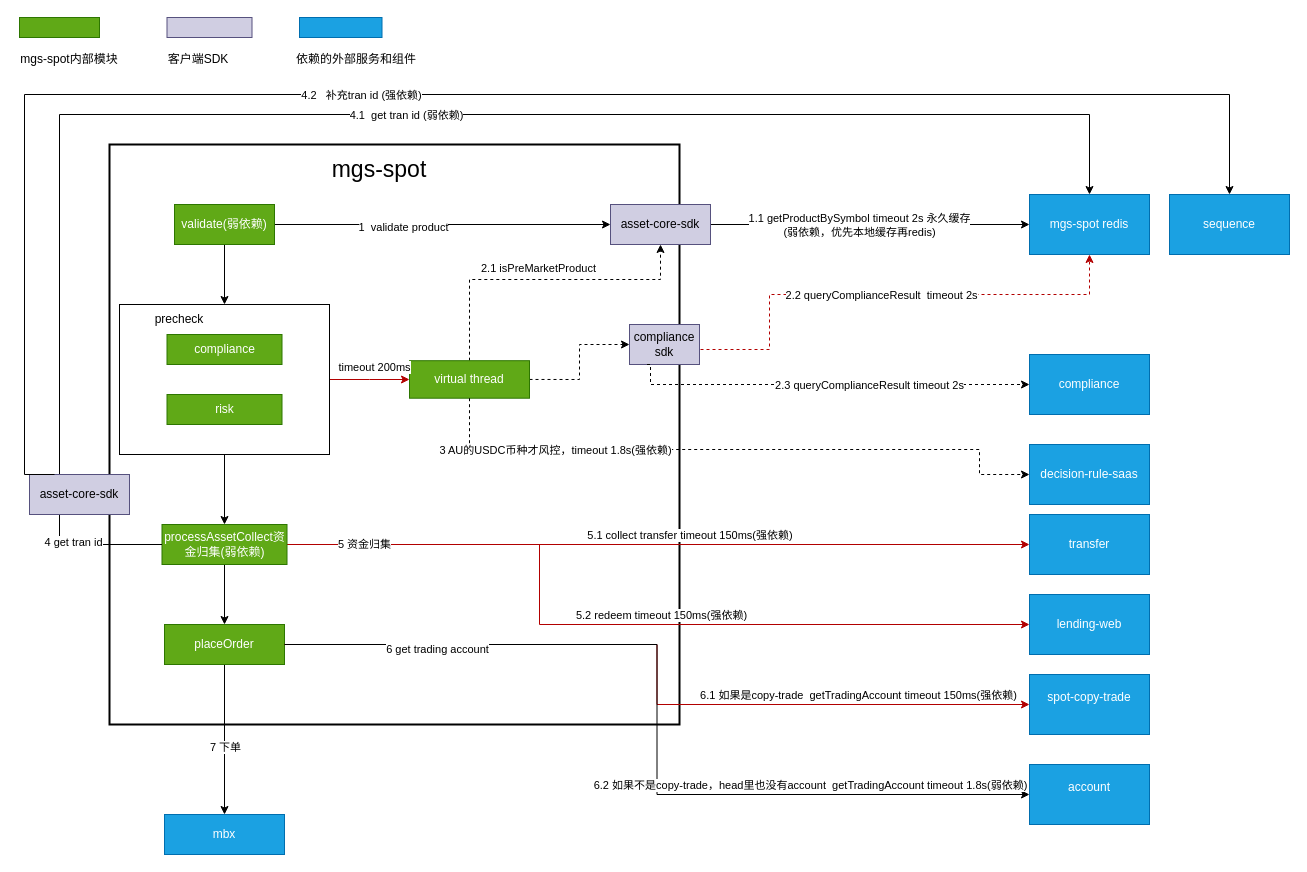
jackjoesh/databend keeps this draw.io diagram as doc/mgs-spot.drawio. Above is the earlier version. Source tidied: cells renumbered, new cells numbered last; positions are measured from the earlier drawing's top-left corner, leaving out a move shared by most shapes. Both pictures are drawn from the tidied source at 100%, with x=0, y=0 at pixel (19, 17).
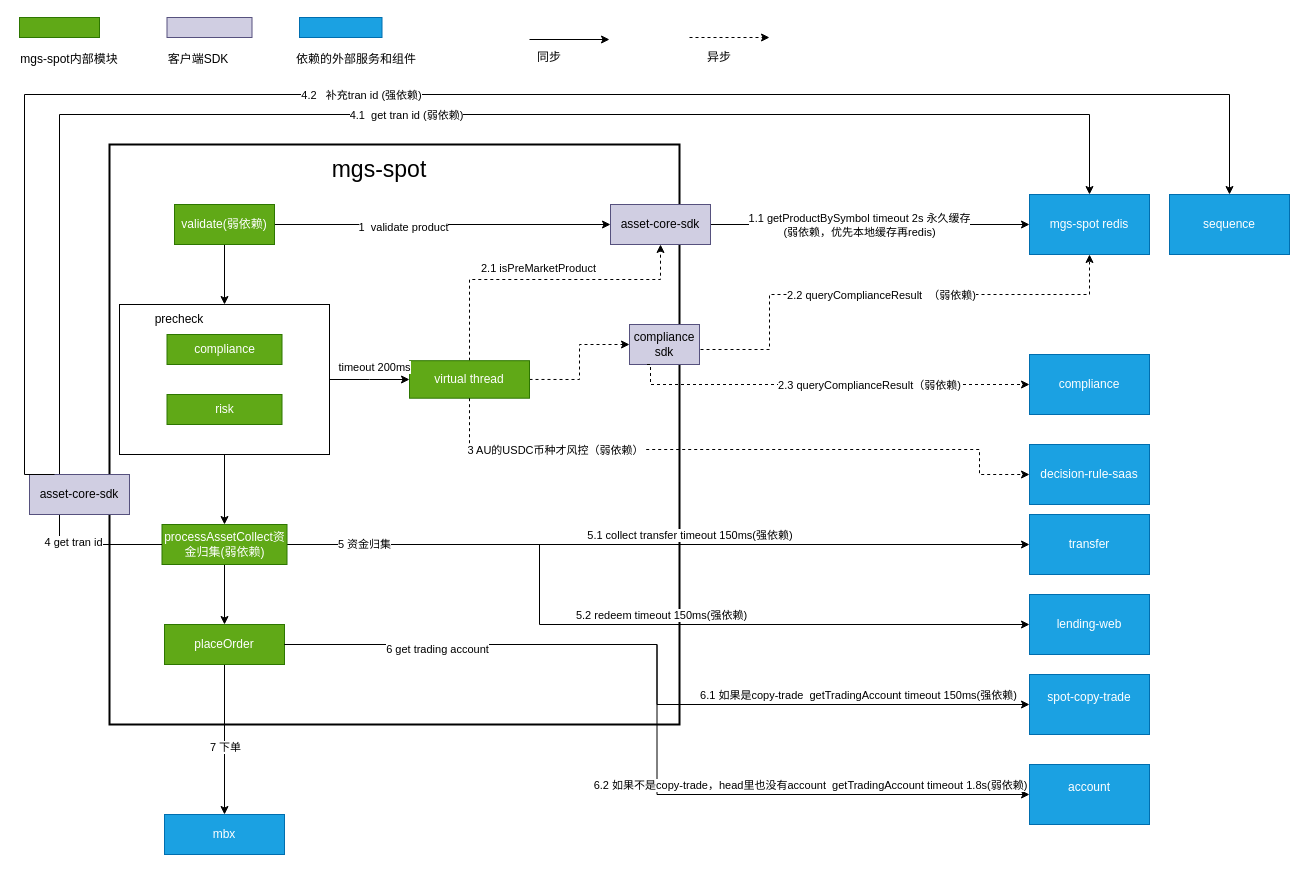
The same page after the edit.

The change refers to these unchanged cells:
```xml
<mxCell id="12" style="rounded=0;whiteSpace=wrap;html=1;" parent="1" vertex="1">
  <mxGeometry x="100" y="287" width="210" height="150" as="geometry" />
</mxCell>
<mxCell id="16" value="processAssetCollect资金归集(弱依赖)" style="rounded=0;whiteSpace=wrap;html=1;fillColor=#60a917;fontColor=#ffffff;strokeColor=#2D7600;" parent="1" vertex="1">
  <mxGeometry x="142.5" y="507" width="125" height="40" as="geometry" />
</mxCell>
<mxCell id="19" value="placeOrder" style="rounded=0;whiteSpace=wrap;html=1;fillColor=#60a917;fontColor=#ffffff;strokeColor=#2D7600;" parent="1" vertex="1">
  <mxGeometry x="145" y="607" width="120" height="40" as="geometry" />
</mxCell>
<mxCell id="21" value="mgs-spot redis" style="rounded=0;whiteSpace=wrap;html=1;fillColor=#1ba1e2;fontColor=#ffffff;strokeColor=#006EAF;" parent="1" vertex="1">
  <mxGeometry x="1010" y="177" width="120" height="60" as="geometry" />
</mxCell>
<mxCell id="28" value="virtual thread" style="rounded=0;whiteSpace=wrap;html=1;fillColor=#60a917;fontColor=#ffffff;strokeColor=#2D7600;" parent="1" vertex="1">
  <mxGeometry x="390" y="343.2" width="120" height="37.5" as="geometry" />
</mxCell>
<mxCell id="32" value="compliance sdk" style="rounded=0;whiteSpace=wrap;html=1;fillColor=#d0cee2;strokeColor=#56517e;" parent="1" vertex="1">
  <mxGeometry x="610" y="307" width="70" height="40" as="geometry" />
</mxCell>
<mxCell id="33" style="edgeStyle=orthogonalEdgeStyle;rounded=0;jettySize=auto;html=1;exitX=0.5;exitY=1;exitDx=0;exitDy=0;entryX=0;entryY=0.5;entryDx=0;entryDy=0;dashed=1;" parent="1" edge="1" source="28" target="35">
  <mxGeometry relative="1" as="geometry">
    <Array as="points">
      <mxPoint x="450" y="432" />
      <mxPoint x="960" y="432" />
      <mxPoint x="960" y="457" />
    </Array>
  </mxGeometry>
</mxCell>
<mxCell id="36" value="transfer" style="rounded=0;whiteSpace=wrap;html=1;fillColor=#1ba1e2;fontColor=#ffffff;strokeColor=#006EAF;" parent="1" vertex="1">
  <mxGeometry x="1010" y="497" width="120" height="60" as="geometry" />
</mxCell>
<mxCell id="46" value="&lt;div&gt;spot-copy-trade&lt;/div&gt;&lt;div&gt;&lt;br&gt;&lt;/div&gt;" style="rounded=0;whiteSpace=wrap;html=1;fillColor=#1ba1e2;fontColor=#ffffff;strokeColor=#006EAF;" parent="1" vertex="1">
  <mxGeometry x="1010" y="657" width="120" height="60" as="geometry" />
</mxCell>
<mxCell id="55" style="endArrow=classic;html=1;rounded=0;edgeStyle=orthogonalEdgeStyle;exitX=0.25;exitY=1;exitDx=0;exitDy=0;dashed=1;" parent="1" edge="1" source="32">
  <mxGeometry relative="1" as="geometry">
    <mxPoint x="1010" y="367" as="targetPoint" />
    <Array as="points">
      <mxPoint x="631" y="347" />
      <mxPoint x="631" y="367" />
    </Array>
  </mxGeometry>
</mxCell>
```

Change to the diagram source:
```diff
@@
-    <mxCell id="11" style="edgeStyle=orthogonalEdgeStyle;rounded=0;jettySize=auto;html=1;exitX=1;exitY=0.5;exitDx=0;exitDy=0;fillColor=#e51400;strokeColor=#B20000;" parent="1" edge="1" source="12" target="28">
+    <mxCell id="11" style="edgeStyle=orthogonalEdgeStyle;rounded=0;jettySize=auto;html=1;exitX=1;exitY=0.5;exitDx=0;exitDy=0;fillColor=#e51400;strokeColor=#000000;" parent="1" edge="1" source="12" target="28">
       <mxGeometry relative="1" as="geometry" />
     </mxCell>
@@
-    <mxCell id="14" style="edgeStyle=orthogonalEdgeStyle;rounded=0;jettySize=auto;html=1;exitX=1;exitY=0.5;exitDx=0;exitDy=0;entryX=0;entryY=0.5;entryDx=0;entryDy=0;fillColor=#e51400;strokeColor=#B20000;" parent="1" edge="1" source="16" target="36">
+    <mxCell id="14" style="edgeStyle=orthogonalEdgeStyle;rounded=0;jettySize=auto;html=1;exitX=1;exitY=0.5;exitDx=0;exitDy=0;entryX=0;entryY=0.5;entryDx=0;entryDy=0;fillColor=#e51400;strokeColor=#000000;" parent="1" edge="1" source="16" target="36">
       <mxGeometry relative="1" as="geometry" />
     </mxCell>
@@
-    <mxCell id="29" style="endArrow=classic;html=1;rounded=0;edgeStyle=orthogonalEdgeStyle;entryX=0.5;entryY=1;entryDx=0;entryDy=0;dashed=1;exitX=1;exitY=0.5;exitDx=0;exitDy=0;fillColor=#e51400;strokeColor=#B20000;" parent="1" edge="1" source="32" target="21">
+    <mxCell id="29" style="endArrow=classic;html=1;rounded=0;edgeStyle=orthogonalEdgeStyle;entryX=0.5;entryY=1;entryDx=0;entryDy=0;dashed=1;exitX=1;exitY=0.5;exitDx=0;exitDy=0;fillColor=#e51400;strokeColor=#000000;" parent="1" edge="1" source="32" target="21">
       <mxGeometry relative="1" as="geometry">
         <Array as="points">
           <mxPoint x="680" y="332" />
           <mxPoint x="750" y="332" />
           <mxPoint x="750" y="277" />
           <mxPoint x="1070" y="277" />
         </Array>
       </mxGeometry>
     </mxCell>
-    <mxCell id="30" value="2.2 queryComplianceResult&amp;nbsp; timeout 2s" style="edgeLabel;html=1;align=center;verticalAlign=middle;" parent="29" vertex="1">
+    <mxCell id="30" value="2.2 queryComplianceResult&amp;nbsp; （弱依赖)" style="edgeLabel;html=1;align=center;verticalAlign=middle;" parent="29" vertex="1">
       <mxGeometry x="0.51" y="-4" relative="1" as="geometry">
         <mxPoint x="-129" y="-4" as="offset" />
       </mxGeometry>
     </mxCell>
@@
-    <mxCell id="34" value="3 AU的USDC币种才风控，timeout 1.8s(强依赖)" style="edgeLabel;html=1;align=center;verticalAlign=middle;" parent="33" vertex="1">
+    <mxCell id="34" value="3 AU的USDC币种才风控（弱依赖）" style="edgeLabel;html=1;align=center;verticalAlign=middle;" parent="33" vertex="1">
       <mxGeometry x="-0.57" relative="1" as="geometry" />
     </mxCell>
@@
-    <mxCell id="43" style="endArrow=classic;html=1;rounded=0;edgeStyle=orthogonalEdgeStyle;fillColor=#e51400;strokeColor=#B20000;" parent="1" edge="1">
+    <mxCell id="43" style="endArrow=classic;html=1;rounded=0;edgeStyle=orthogonalEdgeStyle;fillColor=#e51400;strokeColor=#000000;" parent="1" edge="1">
       <mxGeometry relative="1" as="geometry">
         <mxPoint x="270" y="527" as="sourcePoint" />
         <mxPoint x="1010" y="607" as="targetPoint" />
         <Array as="points">
           <mxPoint x="520" y="607" />
         </Array>
       </mxGeometry>
     </mxCell>
@@
-    <mxCell id="48" style="endArrow=classic;html=1;rounded=0;entryX=0;entryY=0.5;entryDx=0;entryDy=0;edgeStyle=orthogonalEdgeStyle;exitX=1;exitY=0.5;exitDx=0;exitDy=0;fillColor=#e51400;strokeColor=#B20000;" parent="1" edge="1" source="19" target="46">
+    <mxCell id="48" style="endArrow=classic;html=1;rounded=0;entryX=0;entryY=0.5;entryDx=0;entryDy=0;edgeStyle=orthogonalEdgeStyle;exitX=1;exitY=0.5;exitDx=0;exitDy=0;fillColor=#e51400;strokeColor=#000000;" parent="1" edge="1" source="19" target="46">
       <mxGeometry relative="1" as="geometry" />
     </mxCell>
@@
-    <mxCell id="56" value="2.3 queryComplianceResult timeout 2s" style="edgeLabel;html=1;align=center;verticalAlign=middle;" parent="55" vertex="1">
+    <mxCell id="56" value="2.3 queryComplianceResult（弱依赖)" style="edgeLabel;html=1;align=center;verticalAlign=middle;" parent="55" vertex="1">
       <mxGeometry x="-0.12" y="3" relative="1" as="geometry">
         <mxPoint x="65" y="3" as="offset" />
       </mxGeometry>
     </mxCell>
@@
+    <mxCell id="67" style="edgeStyle=orthogonalEdgeStyle;rounded=0;orthogonalLoop=1;jettySize=auto;html=1;exitX=1;exitY=0.5;exitDx=0;exitDy=0;fillColor=#e51400;strokeColor=#000000;" parent="1" edge="1">
+      <mxGeometry relative="1" as="geometry">
+        <mxPoint x="510" y="22" as="sourcePoint" />
+        <mxPoint x="590" y="22" as="targetPoint" />
+        <Array as="points">
+          <mxPoint x="510" y="22" />
+          <mxPoint x="510" y="22" />
+        </Array>
+      </mxGeometry>
+    </mxCell>
+    <mxCell id="68" value="同步" style="text;html=1;whiteSpace=wrap;strokeColor=none;fillColor=none;align=center;verticalAlign=middle;rounded=0;" parent="1" vertex="1">
+      <mxGeometry x="490" y="27" width="80" height="25" as="geometry" />
+    </mxCell>
+    <mxCell id="69" style="edgeStyle=orthogonalEdgeStyle;rounded=0;orthogonalLoop=1;jettySize=auto;html=1;exitX=1;exitY=0.5;exitDx=0;exitDy=0;fillColor=#e51400;strokeColor=#000000;dashed=1;" parent="1" edge="1">
+      <mxGeometry relative="1" as="geometry">
+        <mxPoint x="670" y="20" as="sourcePoint" />
+        <mxPoint x="750" y="20" as="targetPoint" />
+        <Array as="points">
+          <mxPoint x="670" y="20" />
+          <mxPoint x="670" y="20" />
+        </Array>
+      </mxGeometry>
+    </mxCell>
+    <mxCell id="70" value="异步" style="text;html=1;whiteSpace=wrap;strokeColor=none;fillColor=none;align=center;verticalAlign=middle;rounded=0;" parent="1" vertex="1">
+      <mxGeometry x="660" y="27" width="80" height="25" as="geometry" />
+    </mxCell>
```
